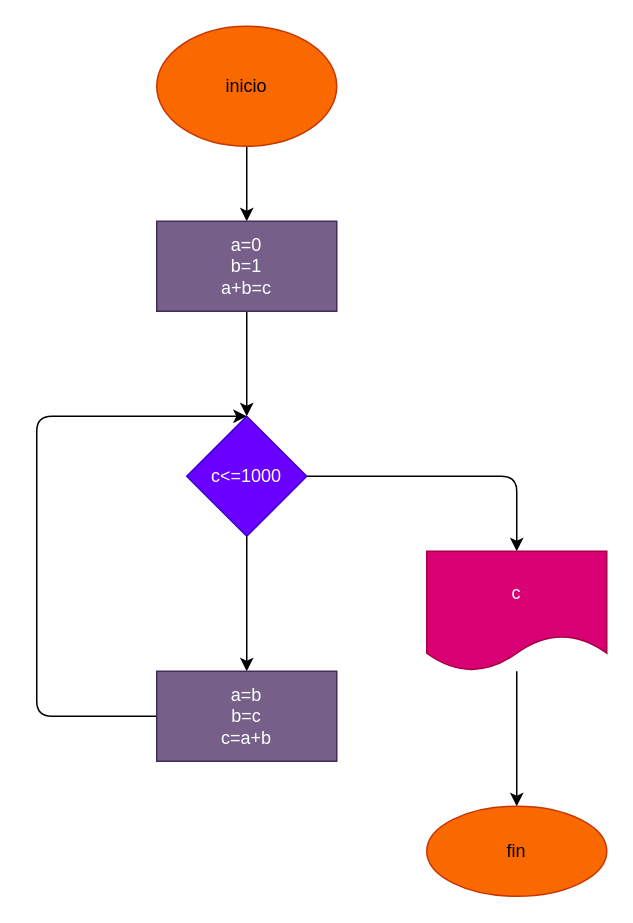
Above: diagram.drawio in olarte18/Serie_Fibonacci (draw.io), before the change. Source tidied: cells renumbered, new cells numbered last; positions are measured from the earlier drawing's top-left corner, leaving out a move shared by most shapes. Both pictures are drawn from the tidied source at 150%, with x=0, y=0 at pixel (36, 26).
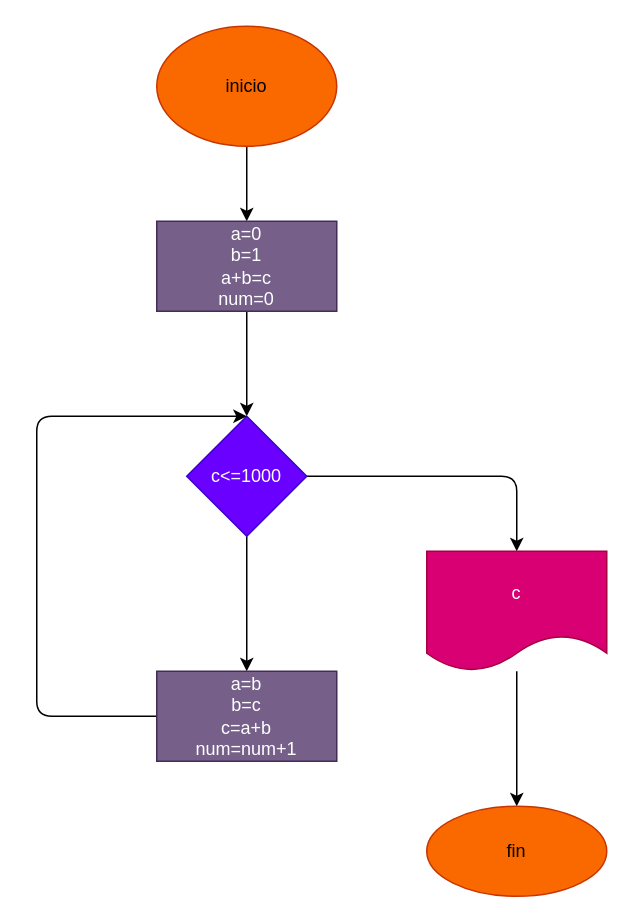
The same page after the edit.

The edit, as a diff of the source:
```diff
@@
 <mxGraphModel>
   <root>
     <mxCell id="0" />
     <mxCell id="1" parent="0" />
     <mxCell id="2" style="edgeStyle=none;html=1;" parent="1" edge="1" source="3" target="5">
       <mxGeometry relative="1" as="geometry" />
     </mxCell>
     <mxCell id="3" value="inicio" style="ellipse;whiteSpace=wrap;html=1;fillColor=#fa6800;fontColor=#000000;strokeColor=#C73500;" parent="1" vertex="1">
       <mxGeometry x="80" width="120" height="80" as="geometry" />
     </mxCell>
     <mxCell id="4" style="edgeStyle=none;html=1;" parent="1" edge="1" source="5" target="8">
       <mxGeometry relative="1" as="geometry" />
     </mxCell>
-    <mxCell id="5" value="a=0&lt;br&gt;b=1&lt;br&gt;a+b=c&lt;br&gt;" style="whiteSpace=wrap;html=1;fillColor=#76608a;fontColor=#ffffff;strokeColor=#432D57;" parent="1" vertex="1">
+    <mxCell id="5" value="a=0&lt;br&gt;b=1&lt;br&gt;a+b=c&lt;br&gt;num=0" style="whiteSpace=wrap;html=1;fillColor=#76608a;fontColor=#ffffff;strokeColor=#432D57;" parent="1" vertex="1">
       <mxGeometry x="80" y="130" width="120" height="60" as="geometry" />
     </mxCell>
     <mxCell id="6" style="edgeStyle=none;html=1;" parent="1" edge="1" source="8" target="10">
       <mxGeometry relative="1" as="geometry" />
     </mxCell>
     <mxCell id="7" style="edgeStyle=none;html=1;exitX=1;exitY=0.5;exitDx=0;exitDy=0;" parent="1" edge="1" source="8" target="12">
       <mxGeometry relative="1" as="geometry">
         <Array as="points">
           <mxPoint x="320" y="300" />
         </Array>
       </mxGeometry>
     </mxCell>
     <mxCell id="8" value="c&amp;lt;=1000" style="rhombus;whiteSpace=wrap;html=1;fillColor=#6a00ff;fontColor=#ffffff;strokeColor=#3700CC;" parent="1" vertex="1">
       <mxGeometry x="100" y="260" width="80" height="80" as="geometry" />
     </mxCell>
     <mxCell id="9" style="edgeStyle=none;html=1;exitX=0;exitY=0.5;exitDx=0;exitDy=0;entryX=0.5;entryY=0;entryDx=0;entryDy=0;" parent="1" edge="1" source="10" target="8">
       <mxGeometry relative="1" as="geometry">
         <Array as="points">
           <mxPoint y="460" />
           <mxPoint y="260" />
         </Array>
       </mxGeometry>
     </mxCell>
-    <mxCell id="10" value="a=b&lt;br&gt;b=c&lt;br&gt;c=a+b" style="whiteSpace=wrap;html=1;fillColor=#76608a;fontColor=#ffffff;strokeColor=#432D57;" parent="1" vertex="1">
+    <mxCell id="10" value="a=b&lt;br&gt;b=c&lt;br&gt;c=a+b&lt;br&gt;num=num+1" style="whiteSpace=wrap;html=1;fillColor=#76608a;fontColor=#ffffff;strokeColor=#432D57;" parent="1" vertex="1">
       <mxGeometry x="80" y="430" width="120" height="60" as="geometry" />
     </mxCell>
     <mxCell id="11" style="edgeStyle=none;html=1;" parent="1" edge="1" source="12" target="13">
       <mxGeometry relative="1" as="geometry" />
     </mxCell>
     <mxCell id="12" value="c" style="shape=document;whiteSpace=wrap;html=1;boundedLbl=1;fillColor=#d80073;fontColor=#ffffff;strokeColor=#A50040;" parent="1" vertex="1">
       <mxGeometry x="260" y="350" width="120" height="80" as="geometry" />
     </mxCell>
     <mxCell id="13" value="fin" style="ellipse;whiteSpace=wrap;html=1;fillColor=#fa6800;fontColor=#000000;strokeColor=#C73500;" parent="1" vertex="1">
       <mxGeometry x="260" y="520" width="120" height="60" as="geometry" />
     </mxCell>
   </root>
 </mxGraphModel>
```
